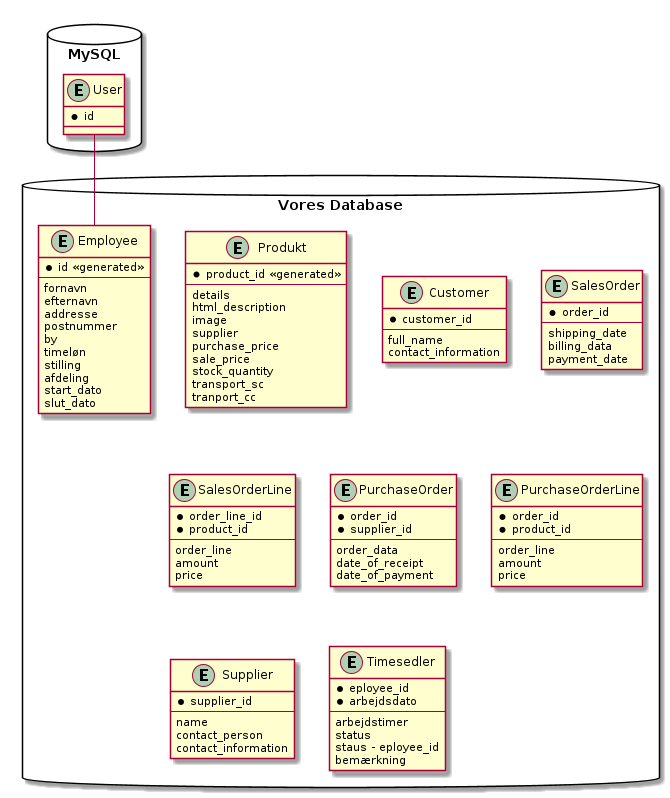
Above: erdia.png in GRP25/db (PlantUML), before the change.
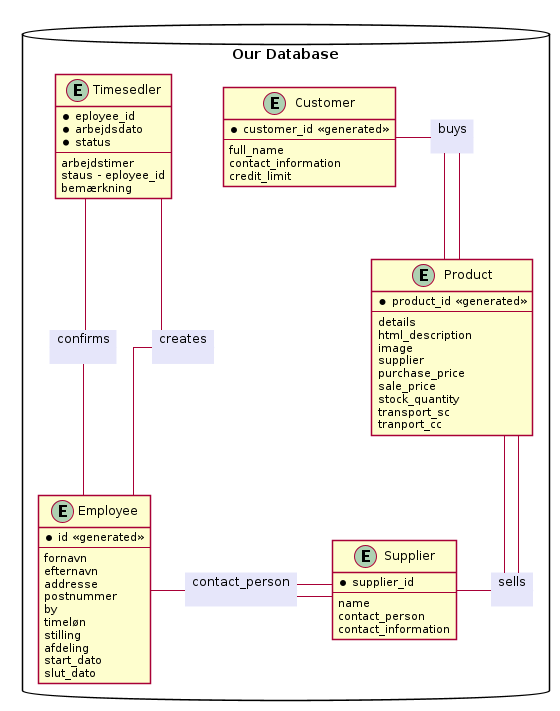
The same file after the commit.

Change to the diagram source:
```diff
@@ -1,7 +1,12 @@
 @startuml
+
 skinparam linetype ortho
-database "Vores Database" {
-entity "Employee" as e1 {
+skinparam objectbackgroundcolor lavender
+skinparam objectbordercolor lavender
+skinparam shadowing False
+
+database "Our Database" {
+entity "Employee" as emp {
     * id <<generated>>
     --
     fornavn
@@ -15,7 +20,7 @@
     start_dato
     slut_dato
 }
-entity "Produkt" as p1{
+entity "Product" as pro {
     * product_id <<generated>>
     --
     details
@@ -28,68 +33,54 @@
     transport_sc
     tranport_cc
 }
-entity "Customer" as c1 {
-    * customer_id
+entity "Customer" as cus {
+    * customer_id <<generated>>
     --
     full_name
     contact_information
+    credit_limit
 }
-entity "SalesOrder" as s2 {
-    * order_id
-    --
-    shipping_date
-    billing_data
-    payment_date
-}
-entity "SalesOrderLine" as s3 {
-    * order_line_id
-    * product_id
-    --
-    order_line
-    amount
-    price
-}
-entity "PurchaseOrder" as p2{
-    * order_id
-    * supplier_id
-    --
-    order_data
-    date_of_receipt
-    date_of_payment
-}
-entity "PurchaseOrderLine" as p3{
-    * order_id
-    * product_id
-    --
-    order_line
-    amount
-    price
-}
-entity "Supplier" as s1{
+entity "Supplier" as sup {
     * supplier_id
     --
     name
     contact_person
     contact_information
 }
-entity "Timesedler" as t1 {
+entity "Timesedler" as tse {
     * eployee_id
     * arbejdsdato
+    * status
     --
     arbejdstimer
-    status
     staus - eployee_id
     bemærkning
 }
-}
-database "MySQL" {
-entity "User" as u1{
-    * id
-}
+
+object "contact_person" as cpe
+object "buys" as buy
+object "sells" as sel
+object "creates" as cre
+object "confirms" as con
+
 }
 
 
-u1 -- e1
+emp -r- cpe
+cpe -r- sup
+cpe -r- sup
 
+emp -u- cre
+emp -u- con
 
+con -u- tse
+cre -u- tse
+
+sup -r- sel
+sel -u- pro
+sel -u- pro
+
+cus -r- buy
+buy -d- pro
+buy -d- pro
 @enduml
```
